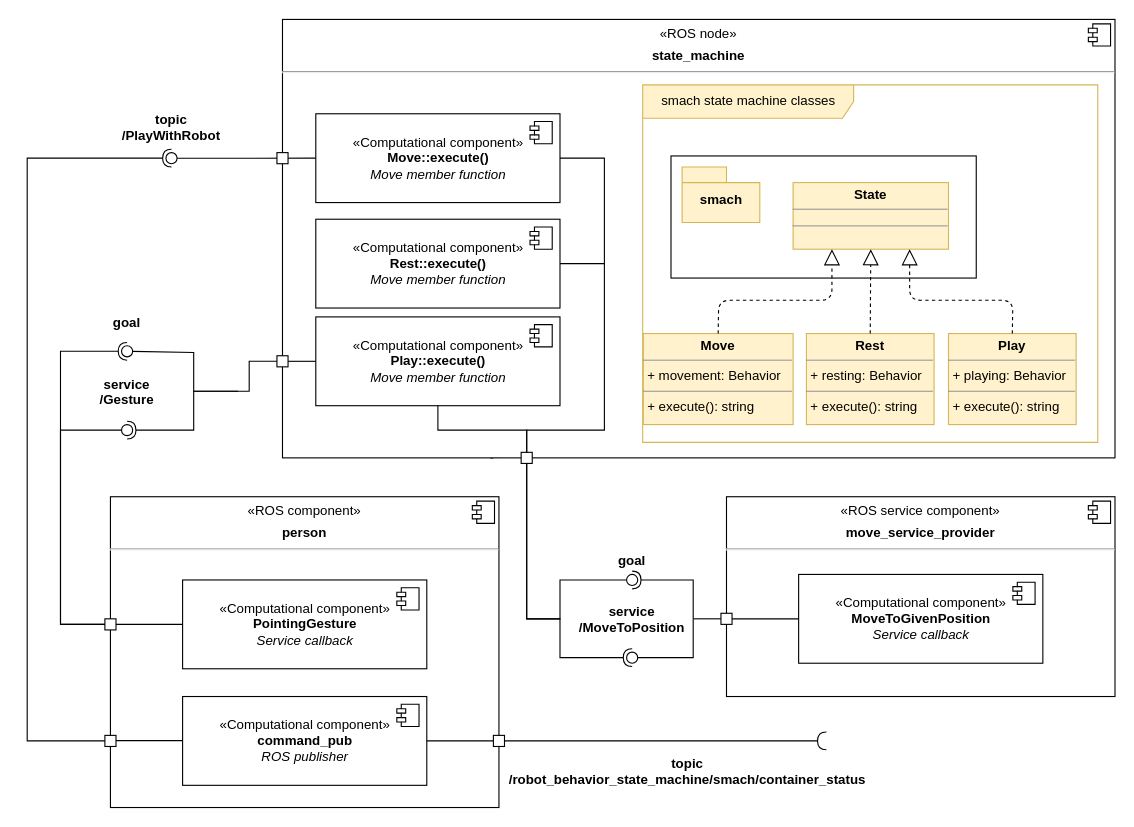
This is draw_io/component_diagram.drawio from aGotelli/EROLA_first_assignment_AG, a draw.io file, before an edit. Source tidied: cells renumbered, new cells numbered last; positions are measured from the earlier drawing's top-left corner, leaving out a move shared by most shapes. Both pictures are drawn from the tidied source at 111%, with x=0, y=0 at pixel (27, 19).
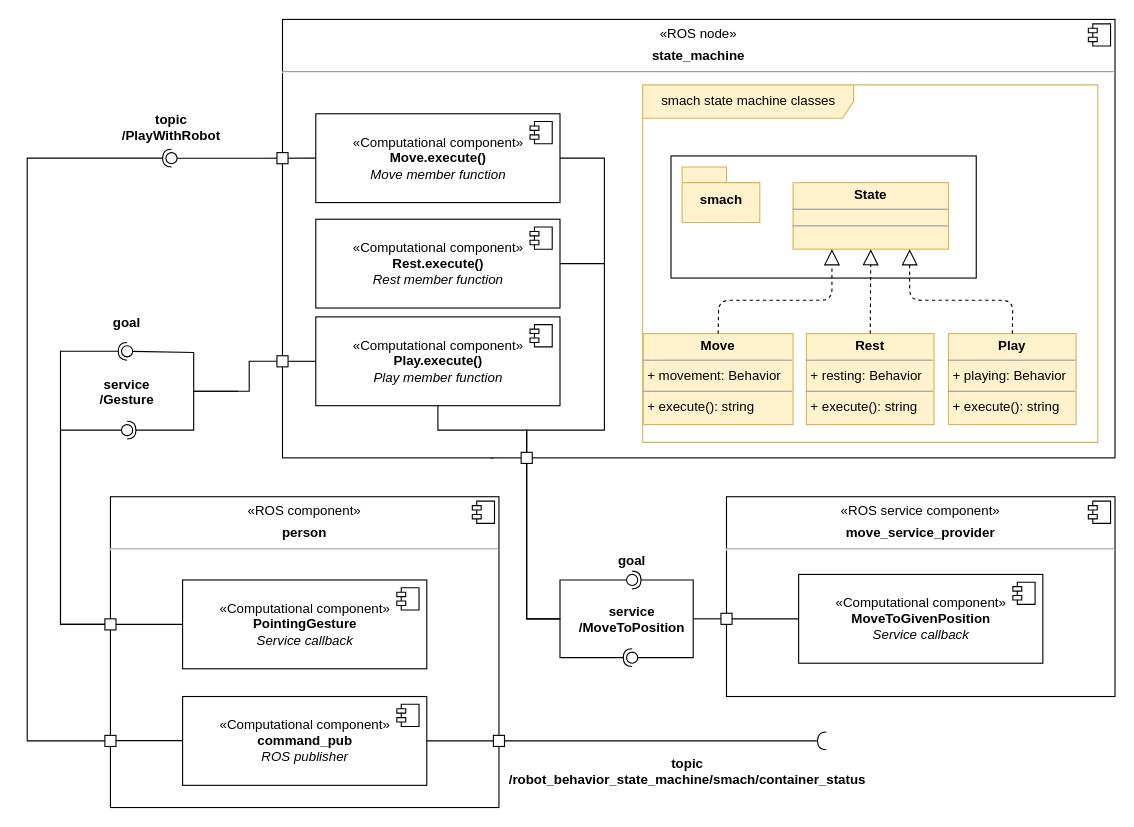
The same diagram, later.

Commit message (it also covers changes not shown here):
correction of a typo

What changed in the source:
```diff
@@
-    <mxCell id="54" value="«Computational component»&lt;br&gt;&lt;b&gt;Move::execute()&lt;/b&gt;&lt;br&gt;&lt;i&gt;Move member function&lt;/i&gt;" style="html=1;" parent="1" vertex="1">
+    <mxCell id="54" value="«Computational component»&lt;br&gt;&lt;b&gt;Move.execute()&lt;/b&gt;&lt;br&gt;&lt;i&gt;Move member function&lt;/i&gt;" style="html=1;" parent="1" vertex="1">
       <mxGeometry x="260" y="85" width="220" height="80" as="geometry" />
     </mxCell>
@@
-    <mxCell id="56" value="«Computational component»&lt;br&gt;&lt;b&gt;Rest::execute()&lt;/b&gt;&lt;br&gt;&lt;i&gt;Move member function&lt;/i&gt;" style="html=1;" parent="1" vertex="1">
+    <mxCell id="56" value="«Computational component»&lt;br&gt;&lt;b&gt;Rest.execute()&lt;/b&gt;&lt;br&gt;&lt;i&gt;Rest member function&lt;/i&gt;" style="html=1;" parent="1" vertex="1">
       <mxGeometry x="260" y="180" width="220" height="80" as="geometry" />
     </mxCell>
@@
-    <mxCell id="58" value="«Computational component»&lt;br&gt;&lt;b&gt;Play::execute()&lt;/b&gt;&lt;br&gt;&lt;i&gt;Move member function&lt;/i&gt;" style="html=1;" parent="1" vertex="1">
+    <mxCell id="58" value="«Computational component»&lt;br&gt;&lt;b&gt;Play.execute()&lt;/b&gt;&lt;br&gt;&lt;i&gt;Play member function&lt;/i&gt;" style="html=1;" parent="1" vertex="1">
       <mxGeometry x="260" y="268" width="220" height="80" as="geometry" />
     </mxCell>
```
